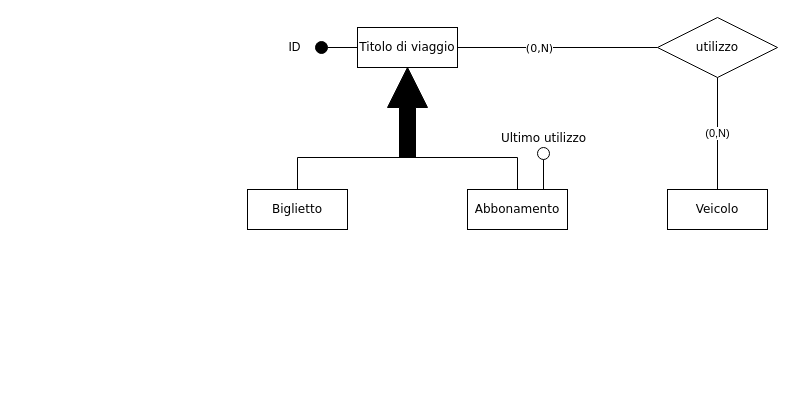
Before: page "Titoli di viaggio" (3 of 4) of doc/ER-Diagram.drawio in FNX-hub/Public-Transport-DB, a draw.io diagram. Source tidied: cells renumbered, new cells numbered last; positions are measured from the earlier drawing's top-left corner, leaving out a move shared by most shapes. Both pictures are drawn from the tidied source at 100%, with x=0, y=0 at pixel (247, 17).
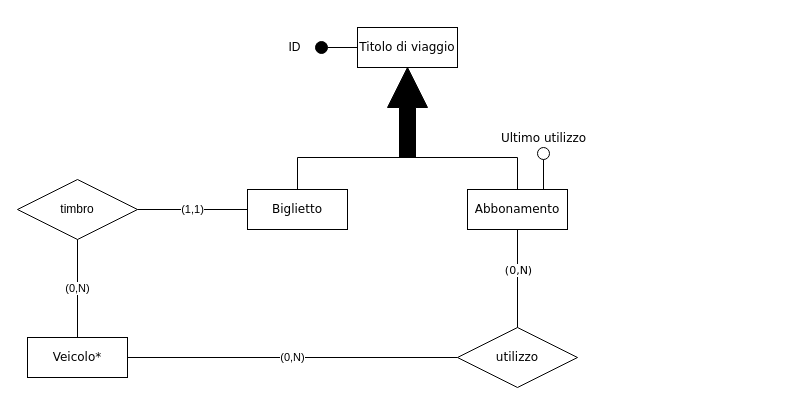
Above is the later version.

What changed in the source:
```diff
@@
 <mxGraphModel>
   <root>
     <mxCell id="0" />
     <mxCell id="1" parent="0" />
     <mxCell id="2" value="Biglietto" style="arcSize=10;whiteSpace=wrap;html=1;align=center;fillColor=#FFFFFF;fillStyle=solid;fontFamily=Verdana;rounded=0;" parent="1" vertex="1">
       <mxGeometry y="172" width="100" height="40" as="geometry" />
     </mxCell>
     <mxCell id="3" value="Abbonamento" style="arcSize=10;whiteSpace=wrap;html=1;align=center;fillColor=#FFFFFF;fillStyle=solid;fontFamily=Verdana;rounded=0;" parent="1" vertex="1">
       <mxGeometry x="220" y="172" width="100" height="40" as="geometry" />
     </mxCell>
     <mxCell id="4" value="Ultimo utilizzo" style="shape=mxgraph.pid.fittings.open_disc;html=1;align=center;verticalLabelPosition=top;verticalAlign=bottom;dashed=0;labelPosition=center;fontFamily=Verdana;rounded=0;" parent="1" vertex="1">
       <mxGeometry x="290" y="130" width="12" height="42" as="geometry" />
     </mxCell>
     <mxCell id="5" value="Titolo di viaggio" style="arcSize=10;whiteSpace=wrap;html=1;align=center;fillColor=#FFFFFF;fillStyle=solid;fontFamily=Verdana;rounded=0;" parent="1" vertex="1">
       <mxGeometry x="110" y="10" width="100" height="40" as="geometry" />
     </mxCell>
     <mxCell id="6" style="html=1;shadow=0;dashed=0;align=center;verticalAlign=middle;shape=mxgraph.arrows2.arrow;dy=0.6;dx=40;direction=north;notch=0;fillStyle=solid;fontFamily=Verdana;fillColor=#000000;rounded=0;" parent="1" vertex="1">
       <mxGeometry x="140" y="50" width="40" height="90" as="geometry" />
     </mxCell>
     <mxCell id="7" style="endArrow=none;html=1;edgeStyle=elbowEdgeStyle;elbow=vertical;exitX=0.5;exitY=0;exitDx=0;exitDy=0;entryX=0.5;entryY=0;entryDx=0;entryDy=0;fontFamily=Verdana;rounded=0;" parent="1" edge="1" source="2" target="3">
       <mxGeometry relative="1" as="geometry">
         <Array as="points">
           <mxPoint x="150" y="140" />
         </Array>
       </mxGeometry>
     </mxCell>
     <mxCell id="8" value="utilizzo" style="shape=rhombus;perimeter=rhombusPerimeter;whiteSpace=wrap;html=1;align=center;fillColor=#FFFFFF;fillStyle=solid;fontFamily=Verdana;rounded=0;" parent="1" vertex="1">
-      <mxGeometry x="410" width="120" height="60" as="geometry" />
+      <mxGeometry x="210" y="310" width="120" height="60" as="geometry" />
     </mxCell>
-    <mxCell id="9" value="Veicolo" style="arcSize=10;whiteSpace=wrap;html=1;align=center;fillColor=#FFFFFF;fillStyle=solid;fontFamily=Verdana;strokeColor=#000000;rounded=0;" parent="1" vertex="1">
-      <mxGeometry x="420" y="172" width="100" height="40" as="geometry" />
+    <mxCell id="9" value="Veicolo*" style="arcSize=10;whiteSpace=wrap;html=1;align=center;fillColor=#FFFFFF;fillStyle=solid;fontFamily=Verdana;strokeColor=#000000;rounded=0;" parent="1" vertex="1">
+      <mxGeometry x="-220" y="320" width="100" height="40" as="geometry" />
     </mxCell>
-    <mxCell id="10" style="endArrow=none;html=1;exitX=1;exitY=0.5;exitDx=0;exitDy=0;entryX=0;entryY=0.5;entryDx=0;entryDy=0;rounded=0;" parent="1" edge="1" source="5" target="8">
+    <mxCell id="10" style="endArrow=none;html=1;exitX=0.5;exitY=1;exitDx=0;exitDy=0;entryX=0.5;entryY=0;entryDx=0;entryDy=0;rounded=0;" parent="1" edge="1" source="3" target="8">
       <mxGeometry relative="1" as="geometry" />
     </mxCell>
     <mxCell id="11" value="(0,N)" style="edgeLabel;html=1;align=center;verticalAlign=middle;fontFamily=Verdana;rounded=0;" parent="10" vertex="1">
       <mxGeometry x="-0.19" relative="1" as="geometry" />
     </mxCell>
-    <mxCell id="12" value="(0,N)" style="endArrow=none;html=1;entryX=0.5;entryY=1;entryDx=0;entryDy=0;exitX=0.5;exitY=0;exitDx=0;exitDy=0;rounded=0;" parent="1" edge="1" source="9" target="8">
+    <mxCell id="12" value="(0,N)" style="endArrow=none;html=1;entryX=0;entryY=0.5;entryDx=0;entryDy=0;rounded=0;exitX=1;exitY=0.5;exitDx=0;exitDy=0;" parent="1" edge="1" source="9" target="8">
       <mxGeometry relative="1" as="geometry" />
     </mxCell>
     <mxCell id="13" value="&lt;div&gt;ID&lt;/div&gt;" style="shape=mxgraph.pid.fittings.blind_disc;html=1;align=center;verticalLabelPosition=middle;verticalAlign=middle;dashed=0;labelPosition=left;direction=north;rounded=0;" parent="1" vertex="1">
       <mxGeometry x="68" y="24" width="42" height="12" as="geometry" />
     </mxCell>
+    <mxCell id="14" value="timbro" style="shape=rhombus;perimeter=rhombusPerimeter;whiteSpace=wrap;html=1;align=center;fillColor=#FFFFFF;" parent="1" vertex="1">
+      <mxGeometry x="-230" y="162" width="120" height="60" as="geometry" />
+    </mxCell>
+    <mxCell id="15" value="(1,1)" style="endArrow=none;html=1;rounded=0;entryX=0;entryY=0.5;entryDx=0;entryDy=0;exitX=1;exitY=0.5;exitDx=0;exitDy=0;" parent="1" edge="1" source="14" target="2">
+      <mxGeometry relative="1" as="geometry" />
+    </mxCell>
+    <mxCell id="16" value="(0,N)" style="endArrow=none;html=1;rounded=0;entryX=0.5;entryY=1;entryDx=0;entryDy=0;exitX=0.5;exitY=0;exitDx=0;exitDy=0;" parent="1" edge="1" source="9" target="14">
+      <mxGeometry relative="1" as="geometry" />
+    </mxCell>
   </root>
 </mxGraphModel>
```
